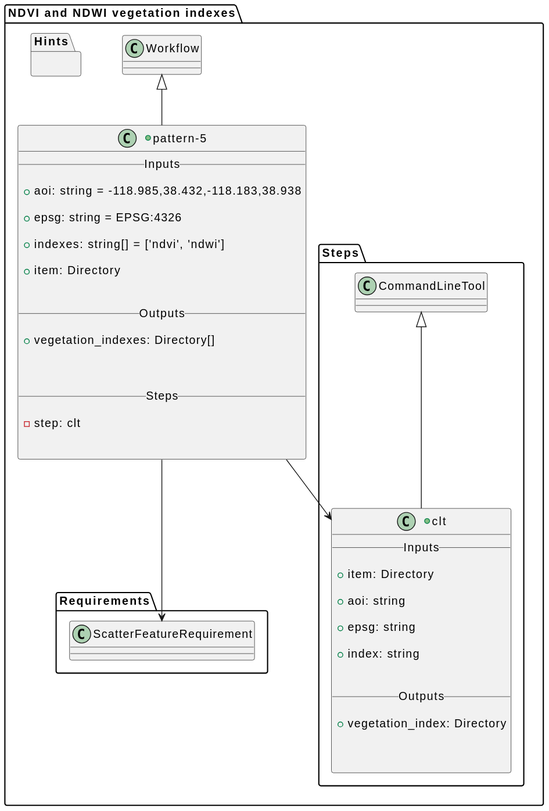
Earlier version of the PlantUML export docs/pattern-5/class.svg (eoap/application-package-patterns).
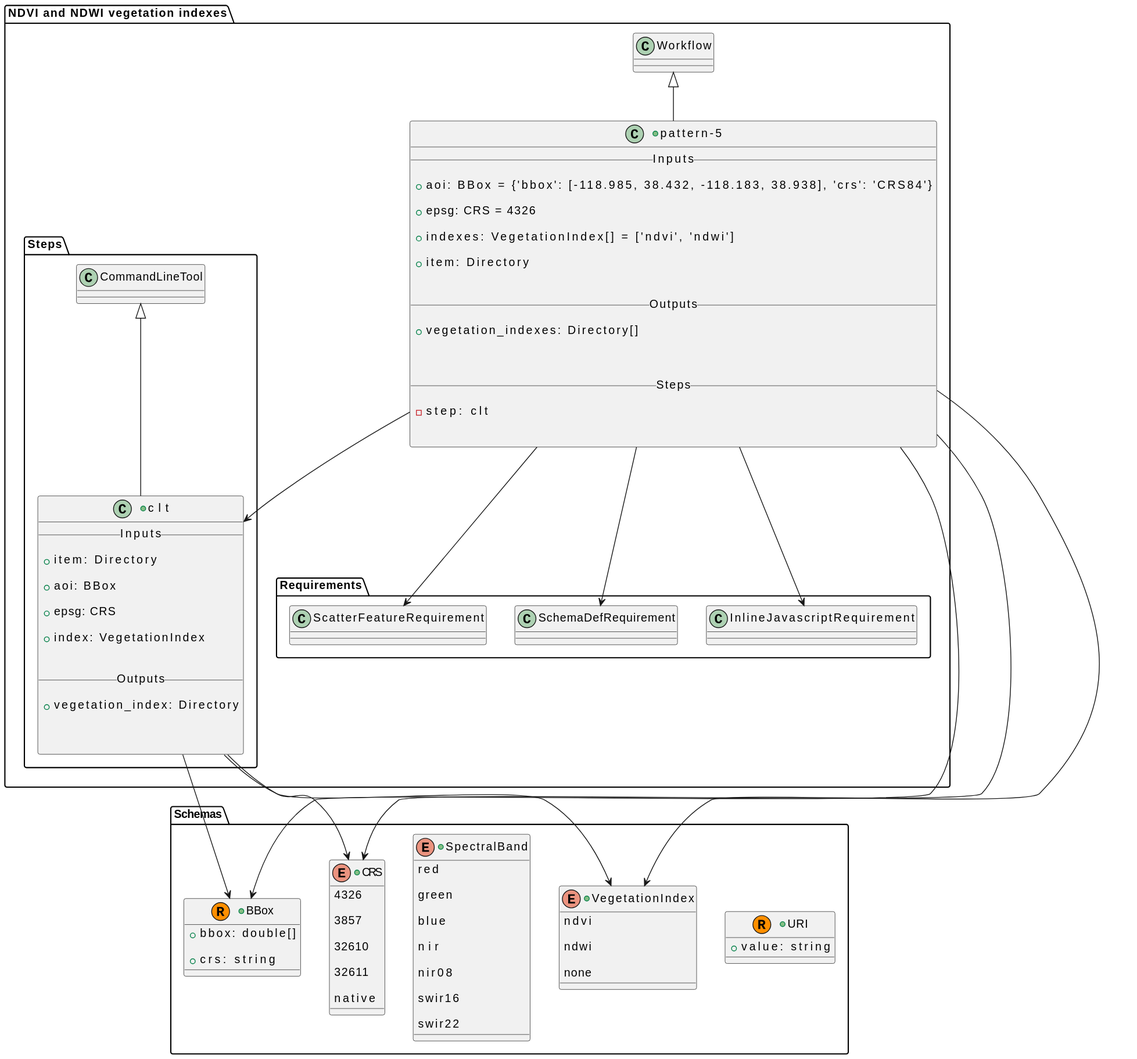
The same file after the commit.

Diff of the diagram source:
```diff
@@ -1,4 +1,28 @@
 @startuml
+            package "Schemas" {
+
+
+
+
+                        +record URI {
+
+        +value: string
+
+    }
+
+
+
+
+
+
+
+                        +record BBox {
+
+        +bbox: double[]
+
+        +crs: string
+
+    }
 
 
 
@@ -7,12 +31,58 @@
 
 
 
+                        +enum SpectralBand {
+
+        red
+
+        green
+
+        blue
+
+        nir
+
+        nir08
+
+        swir16
+
+        swir22
+
+    }
 
 
 
 
 
+                        +enum CRS {
 
+        4326
+
+        3857
+
+        32610
+
+        32611
+
+        native
+
+    }
+
+
+
+
+
+                        +enum VegetationIndex {
+
+        ndvi
+
+        ndwi
+
+        none
+
+    }
+
+
+            }
 
 
 
@@ -24,11 +94,11 @@
     +class "pattern-5" as Workflow_pattern_5 extends Workflow {
         __ Inputs __
 
-        + aoi: string = -118.985,38.432,-118.183,38.938
+        + aoi: BBox = {'bbox': [-118.985, 38.432, -118.183, 38.938], 'crs': 'CRS84'}
 
-        + epsg: string = EPSG:4326
+        + epsg: CRS = 4326
 
-        + indexes: string[] = ['ndvi', 'ndwi']
+        + indexes: VegetationIndex[] = ['ndvi', 'ndwi']
 
         + item: Directory
 
@@ -48,12 +118,15 @@
 
 
 
+        Workflow_pattern_5 --> BBox
 
 
 
+        Workflow_pattern_5 --> CRS
 
 
 
+        Workflow_pattern_5 --> VegetationIndex
 
 
 
@@ -73,11 +146,11 @@
 
         + item: Directory
 
-        + aoi: string
+        + aoi: BBox
 
-        + epsg: string
+        + epsg: CRS
 
-        + index: string
+        + index: VegetationIndex
 
 
         __ Outputs __
@@ -93,12 +166,15 @@
 
 
 
+        CommandLineTool_clt --> BBox
 
 
 
+        CommandLineTool_clt --> CRS
 
 
 
+        CommandLineTool_clt --> VegetationIndex
 
 
 Workflow_pattern_5 --> CommandLineTool_clt
@@ -115,15 +191,19 @@
         Workflow_pattern_5 --> ScatterFeatureRequirement
 
 
+
+        class InlineJavascriptRequirement
+        Workflow_pattern_5 --> InlineJavascriptRequirement
+
+
+
+        class SchemaDefRequirement
+        Workflow_pattern_5 --> SchemaDefRequirement
+
+
     }
 
 
 
-    package "Hints" {
-
-
-
-    }
-
 }
 @enduml
```
